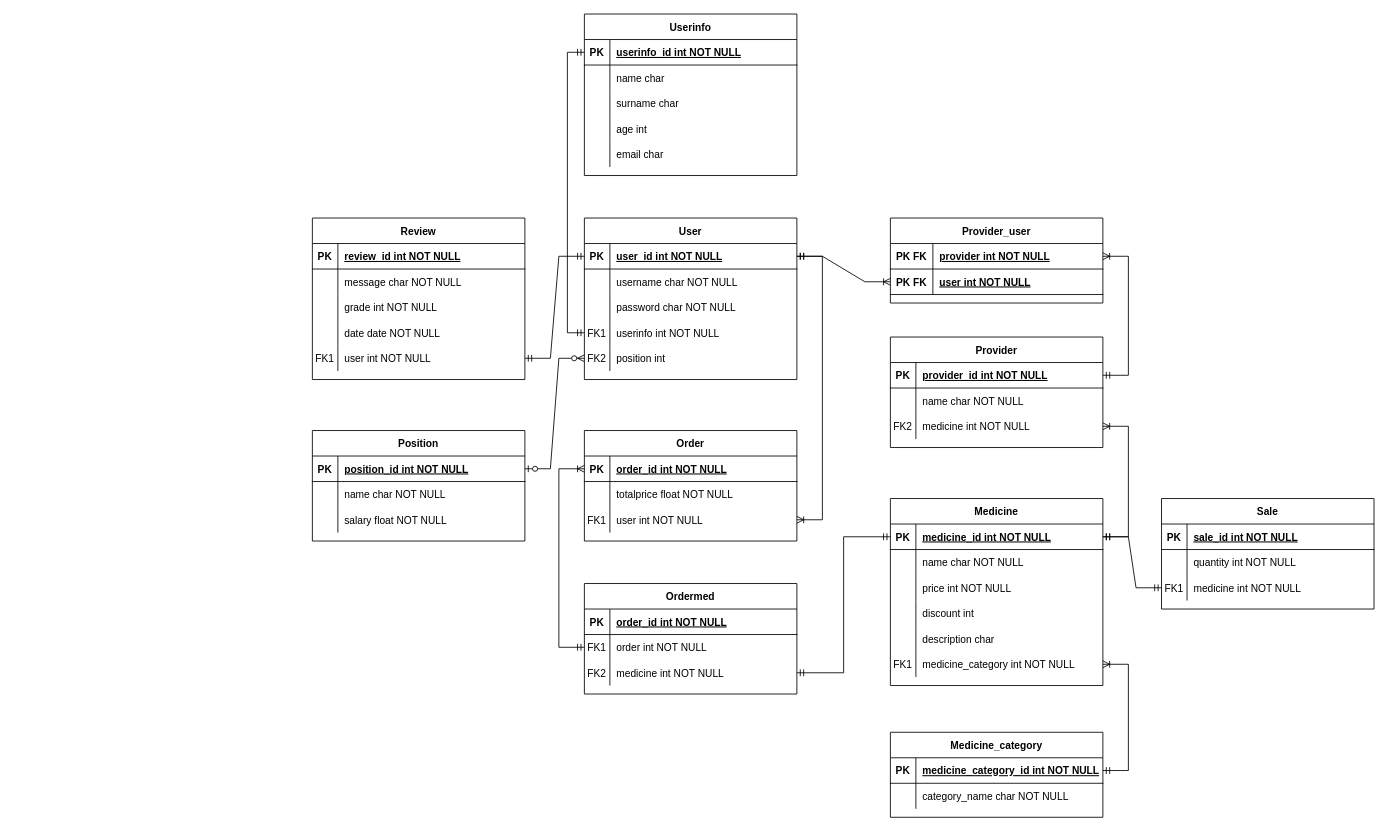
KMahveenya/- keeps this draw.io diagram as МДиСУБД_ЛР1.drawio. Above is the earlier version. Source tidied: cells renumbered, new cells numbered last; positions are measured from the earlier drawing's top-left corner, leaving out a move shared by most shapes. Both pictures are drawn from the tidied source at 85%, with x=0, y=0 at pixel (312, 14).
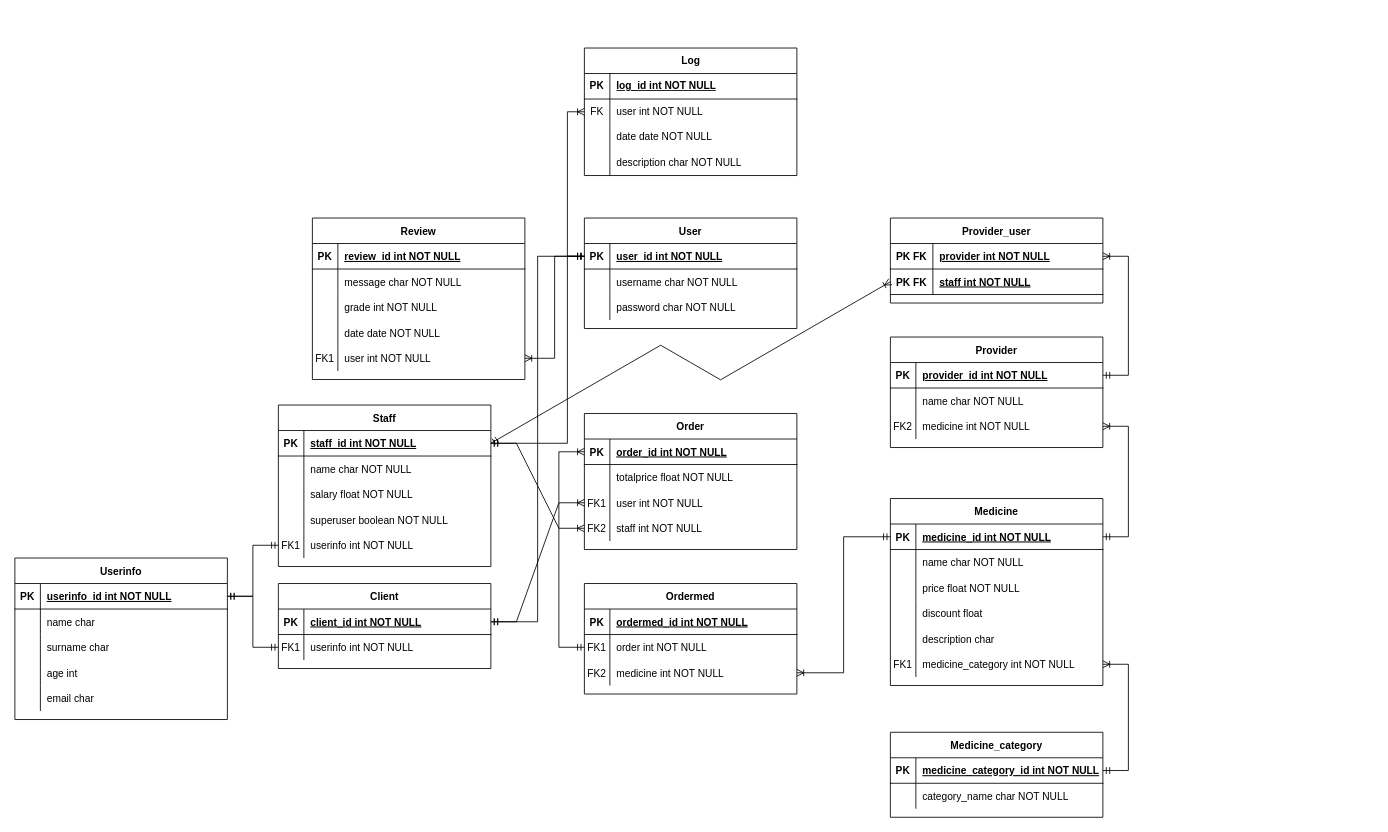
The same diagram, later.

Commit message (it also covers changes not shown here):
Functional requierments and updating diagram

The change refers to these unchanged cells:
```xml
<mxCell id="3" style="shape=partialRectangle;fillColor=none;points=[[0,0.5],[1,0.5]];portConstraint=eastwest;top=0;left=0;right=0;bottom=1;" parent="2" vertex="1">
  <mxGeometry y="30" width="250" height="30" as="geometry" />
</mxCell>
<mxCell id="19" style="shape=partialRectangle;fillColor=none;points=[[0,0.5],[1,0.5]];portConstraint=eastwest;top=0;left=0;right=0;bottom=1;" parent="18" vertex="1">
  <mxGeometry y="30" width="250" height="30" as="geometry" />
</mxCell>
<mxCell id="42" style="shape=partialRectangle;fillColor=none;points=[[0,0.5],[1,0.5]];portConstraint=eastwest;top=0;left=0;right=0;bottom=1;" parent="41" vertex="1">
  <mxGeometry y="30" width="250" height="30" as="geometry" />
</mxCell>
<mxCell id="48" style="shape=partialRectangle;fillColor=none;top=0;left=0;right=0;bottom=0;" parent="41" vertex="1">
  <mxGeometry y="90" width="250" height="30" as="geometry" />
</mxCell>
<mxCell id="51" style="shape=partialRectangle;fillColor=none;top=0;left=0;right=0;bottom=0;" parent="41" vertex="1">
  <mxGeometry y="120" width="250" height="30" as="geometry" />
</mxCell>
<mxCell id="73" style="shape=partialRectangle;fillColor=none;points=[[0,0.5],[1,0.5]];portConstraint=eastwest;top=0;left=0;right=0;bottom=0;" parent="60" vertex="1">
  <mxGeometry y="150" width="250" height="30" as="geometry" />
</mxCell>
<mxCell id="90" style="shape=partialRectangle;fillColor=none;points=[[0,0.5],[1,0.5]];portConstraint=eastwest;top=0;left=0;right=0;bottom=1;" parent="86" vertex="1">
  <mxGeometry y="60" width="250" height="30" as="geometry" />
</mxCell>
<mxCell id="104" style="shape=partialRectangle;fillColor=none;points=[[0,0.5],[1,0.5]];portConstraint=eastwest;top=0;left=0;right=0;bottom=1;" parent="103" vertex="1">
  <mxGeometry y="30" width="250" height="30" as="geometry" />
</mxCell>
<mxCell id="120" style="shape=partialRectangle;fillColor=none;points=[[0,0.5],[1,0.5]];portConstraint=eastwest;top=0;left=0;right=0;bottom=0;" parent="113" vertex="1">
  <mxGeometry y="90" width="250" height="30" as="geometry" />
</mxCell>
<mxCell id="124" style="shape=partialRectangle;fillColor=none;top=0;left=0;right=0;bottom=1;" parent="123" vertex="1">
  <mxGeometry y="30" width="250" height="30" as="geometry" />
</mxCell>
<mxCell id="130" style="shape=partialRectangle;fillColor=none;points=[[0,0.5],[1,0.5]];portConstraint=eastwest;top=0;left=0;right=0;bottom=0;" parent="123" vertex="1">
  <mxGeometry y="90" width="250" height="30" as="geometry" />
</mxCell>
```

The edit, as a diff of the source:
```diff
@@
     <mxCell id="2" value="User" style="shape=table;startSize=30;childLayout=tableLayout;rowLines=0;fontStyle=1;align=center;" parent="1" vertex="1">
-      <mxGeometry x="320" y="240" width="250" height="190" as="geometry" />
+      <mxGeometry x="320" y="240" width="250" height="130" as="geometry" />
     </mxCell>
@@
-    <mxCell id="12" style="shape=partialRectangle;fillColor=none;points=[[0,0.5],[1,0.5]];portConstraint=eastwest;top=0;left=0;right=0;bottom=0;" parent="2" vertex="1">
-      <mxGeometry y="120" width="250" height="30" as="geometry" />
-    </mxCell>
-    <mxCell id="13" value="FK1" style="shape=partialRectangle;overflow=hidden;fillColor=none;top=0;left=0;bottom=0;right=0;" parent="12" vertex="1">
-      <mxGeometry width="30" height="30" as="geometry" />
-    </mxCell>
-    <mxCell id="14" value="userinfo int NOT NULL" style="shape=partialRectangle;overflow=hidden;fillColor=none;top=0;left=0;bottom=0;right=0;align=left;spacingLeft=6;" parent="12" vertex="1">
-      <mxGeometry x="30" width="220" height="30" as="geometry" />
-    </mxCell>
-    <mxCell id="15" style="shape=partialRectangle;fillColor=none;points=[[0,0.5],[1,0.5]];portConstraint=eastwest;top=0;left=0;right=0;bottom=0;" parent="2" vertex="1">
-      <mxGeometry y="150" width="250" height="30" as="geometry" />
-    </mxCell>
-    <mxCell id="16" value="FK2" style="shape=partialRectangle;overflow=hidden;fillColor=none;top=0;left=0;bottom=0;right=0;" parent="15" vertex="1">
-      <mxGeometry width="30" height="30" as="geometry" />
-    </mxCell>
-    <mxCell id="17" value="position int" style="shape=partialRectangle;overflow=hidden;fillColor=none;top=0;left=0;bottom=0;right=0;align=left;spacingLeft=6;" parent="15" vertex="1">
-      <mxGeometry x="30" width="220" height="30" as="geometry" />
-    </mxCell>
     <mxCell id="18" value="Userinfo" style="shape=table;startSize=30;childLayout=tableLayout;rowLines=0;fontStyle=1;align=center;" parent="1" vertex="1">
-      <mxGeometry x="320" width="250" height="190" as="geometry" />
+      <mxGeometry x="-350" y="640" width="250" height="190" as="geometry" />
     </mxCell>
@@
-    <mxCell id="50" value="price int NOT NULL" style="shape=partialRectangle;overflow=hidden;fillColor=none;top=0;left=0;bottom=0;right=0;align=left;spacingLeft=6;" parent="48" vertex="1">
+    <mxCell id="50" value="price float NOT NULL" style="shape=partialRectangle;overflow=hidden;fillColor=none;top=0;left=0;bottom=0;right=0;align=left;spacingLeft=6;" parent="48" vertex="1">
       <mxGeometry x="30" width="220" height="30" as="geometry" />
     </mxCell>
@@
-    <mxCell id="53" value="discount int" style="shape=partialRectangle;overflow=hidden;fillColor=none;top=0;left=0;bottom=0;right=0;align=left;spacingLeft=6;" parent="51" vertex="1">
+    <mxCell id="53" value="discount float" style="shape=partialRectangle;overflow=hidden;fillColor=none;top=0;left=0;bottom=0;right=0;align=left;spacingLeft=6;" parent="51" vertex="1">
       <mxGeometry x="30" width="220" height="30" as="geometry" />
     </mxCell>
@@
-    <mxCell id="92" value="user int NOT NULL " style="shape=partialRectangle;overflow=hidden;fillColor=none;top=0;left=0;bottom=0;right=0;align=left;spacingLeft=6;fontStyle=5;" parent="90" vertex="1">
+    <mxCell id="92" value="staff int NOT NULL " style="shape=partialRectangle;overflow=hidden;fillColor=none;top=0;left=0;bottom=0;right=0;align=left;spacingLeft=6;fontStyle=5;" parent="90" vertex="1">
       <mxGeometry x="50" width="200" height="30" as="geometry" />
     </mxCell>
-    <mxCell id="93" value="Sale" style="shape=table;startSize=30;childLayout=tableLayout;rowLines=0;fontStyle=1;align=center;" parent="1" vertex="1">
-      <mxGeometry x="999" y="570" width="250" height="130" as="geometry" />
-    </mxCell>
-    <mxCell id="94" style="shape=partialRectangle;fillColor=none;points=[[0,0.5],[1,0.5]];portConstraint=eastwest;top=0;left=0;right=0;bottom=1;" parent="93" vertex="1">
-      <mxGeometry y="30" width="250" height="30" as="geometry" />
-    </mxCell>
-    <mxCell id="95" value="PK" style="shape=partialRectangle;overflow=hidden;fillColor=none;top=0;left=0;bottom=0;right=0;fontStyle=1;" parent="94" vertex="1">
-      <mxGeometry width="30" height="30" as="geometry" />
-    </mxCell>
-    <mxCell id="96" value="sale_id int NOT NULL " style="shape=partialRectangle;overflow=hidden;fillColor=none;top=0;left=0;bottom=0;right=0;align=left;spacingLeft=6;fontStyle=5;" parent="94" vertex="1">
-      <mxGeometry x="30" width="220" height="30" as="geometry" />
-    </mxCell>
-    <mxCell id="97" style="shape=partialRectangle;fillColor=none;points=[[0,0.5],[1,0.5]];portConstraint=eastwest;top=0;left=0;right=0;bottom=0;" parent="93" vertex="1">
-      <mxGeometry y="60" width="250" height="30" as="geometry" />
-    </mxCell>
-    <mxCell id="98" style="shape=partialRectangle;overflow=hidden;fillColor=none;top=0;left=0;bottom=0;right=0;" parent="97" vertex="1">
-      <mxGeometry width="30" height="30" as="geometry" />
-    </mxCell>
-    <mxCell id="99" value="quantity int NOT NULL" style="shape=partialRectangle;overflow=hidden;fillColor=none;top=0;left=0;bottom=0;right=0;align=left;spacingLeft=6;" parent="97" vertex="1">
-      <mxGeometry x="30" width="220" height="30" as="geometry" />
-    </mxCell>
-    <mxCell id="100" style="shape=partialRectangle;fillColor=none;points=[[0,0.5],[1,0.5]];portConstraint=eastwest;top=0;left=0;right=0;bottom=0;" parent="93" vertex="1">
-      <mxGeometry y="90" width="250" height="30" as="geometry" />
-    </mxCell>
-    <mxCell id="101" value="FK1" style="shape=partialRectangle;overflow=hidden;fillColor=none;top=0;left=0;bottom=0;right=0;" parent="100" vertex="1">
-      <mxGeometry width="30" height="30" as="geometry" />
-    </mxCell>
-    <mxCell id="102" value="medicine int NOT NULL" style="shape=partialRectangle;overflow=hidden;fillColor=none;top=0;left=0;bottom=0;right=0;align=left;spacingLeft=6;" parent="100" vertex="1">
-      <mxGeometry x="30" width="220" height="30" as="geometry" />
-    </mxCell>
-    <mxCell id="103" value="Position" style="shape=table;startSize=30;childLayout=tableLayout;rowLines=0;fontStyle=1;align=center;" parent="1" vertex="1">
-      <mxGeometry y="490" width="250" height="130" as="geometry" />
+    <mxCell id="103" value="Staff" style="shape=table;startSize=30;childLayout=tableLayout;rowLines=0;fontStyle=1;align=center;" parent="1" vertex="1">
+      <mxGeometry x="-40" y="460" width="250" height="190" as="geometry" />
     </mxCell>
@@
-    <mxCell id="106" value="position_id int NOT NULL " style="shape=partialRectangle;overflow=hidden;fillColor=none;top=0;left=0;bottom=0;right=0;align=left;spacingLeft=6;fontStyle=5;" parent="104" vertex="1">
+    <mxCell id="106" value="staff_id int NOT NULL " style="shape=partialRectangle;overflow=hidden;fillColor=none;top=0;left=0;bottom=0;right=0;align=left;spacingLeft=6;fontStyle=5;" parent="104" vertex="1">
       <mxGeometry x="30" width="220" height="30" as="geometry" />
     </mxCell>
@@
+    <mxCell id="144" style="shape=partialRectangle;fillColor=none;top=0;left=0;right=0;bottom=0;" parent="103" vertex="1">
+      <mxGeometry y="120" width="250" height="30" as="geometry" />
+    </mxCell>
+    <mxCell id="98" style="shape=partialRectangle;overflow=hidden;fillColor=none;top=0;left=0;bottom=0;right=0;" parent="144" vertex="1">
+      <mxGeometry width="30" height="30" as="geometry" />
+    </mxCell>
+    <mxCell id="145" value="superuser boolean NOT NULL" style="shape=partialRectangle;overflow=hidden;fillColor=none;top=0;left=0;bottom=0;right=0;align=left;spacingLeft=6;" parent="144" vertex="1">
+      <mxGeometry x="30" width="220" height="30" as="geometry" />
+    </mxCell>
+    <mxCell id="15" style="shape=partialRectangle;fillColor=none;points=[[0,0.5],[1,0.5]];portConstraint=eastwest;top=0;left=0;right=0;bottom=0;" parent="103" vertex="1">
+      <mxGeometry y="150" width="250" height="30" as="geometry" />
+    </mxCell>
+    <mxCell id="146" value="FK1" style="shape=partialRectangle;overflow=hidden;fillColor=none;top=0;left=0;bottom=0;right=0;" parent="15" vertex="1">
+      <mxGeometry width="30" height="30" as="geometry" />
+    </mxCell>
+    <mxCell id="147" value="userinfo int NOT NULL" style="shape=partialRectangle;overflow=hidden;fillColor=none;top=0;left=0;bottom=0;right=0;align=left;spacingLeft=6;" parent="15" vertex="1">
+      <mxGeometry x="30" width="220" height="30" as="geometry" />
+    </mxCell>
     <mxCell id="113" value="Order" style="shape=table;startSize=30;childLayout=tableLayout;rowLines=0;fontStyle=1;align=center;" parent="1" vertex="1">
-      <mxGeometry x="320" y="490" width="250" height="130" as="geometry" />
+      <mxGeometry x="320" y="470" width="250" height="160" as="geometry" />
     </mxCell>
@@
+    <mxCell id="148" style="shape=partialRectangle;fillColor=none;points=[[0,0.5],[1,0.5]];portConstraint=eastwest;top=0;left=0;right=0;bottom=0;" parent="113" vertex="1">
+      <mxGeometry y="120" width="250" height="30" as="geometry" />
+    </mxCell>
+    <mxCell id="16" value="FK2" style="shape=partialRectangle;overflow=hidden;fillColor=none;top=0;left=0;bottom=0;right=0;" parent="148" vertex="1">
+      <mxGeometry width="30" height="30" as="geometry" />
+    </mxCell>
+    <mxCell id="149" value="staff int NOT NULL" style="shape=partialRectangle;overflow=hidden;fillColor=none;top=0;left=0;bottom=0;right=0;align=left;spacingLeft=6;" parent="148" vertex="1">
+      <mxGeometry x="30" width="220" height="30" as="geometry" />
+    </mxCell>
@@
-    <mxCell id="126" value="order_id int NOT NULL " style="shape=partialRectangle;overflow=hidden;fillColor=none;top=0;left=0;bottom=0;right=0;align=left;spacingLeft=6;fontStyle=5;" parent="124" vertex="1">
+    <mxCell id="126" value="ordermed_id int NOT NULL " style="shape=partialRectangle;overflow=hidden;fillColor=none;top=0;left=0;bottom=0;right=0;align=left;spacingLeft=6;fontStyle=5;" parent="124" vertex="1">
       <mxGeometry x="30" width="220" height="30" as="geometry" />
     </mxCell>
@@
-    <mxCell id="133" style="edgeStyle=entityRelationEdgeStyle;fontSize=12;html=1;endArrow=ERzeroToMany;startArrow=ERzeroToOne;rounded=0;entryX=0;entryY=0.5;entryDx=0;entryDy=0;exitX=1;exitY=0.5;exitDx=0;exitDy=0;" parent="1" edge="1" source="104" target="15">
-      <mxGeometry relative="1" as="geometry" />
-    </mxCell>
-    <mxCell id="134" style="edgeStyle=entityRelationEdgeStyle;fontSize=12;html=1;endArrow=ERmandOne;startArrow=ERmandOne;rounded=0;exitX=1;exitY=0.5;exitDx=0;exitDy=0;entryX=0;entryY=0.5;entryDx=0;entryDy=0;" parent="1" edge="1" source="73" target="3">
-      <mxGeometry relative="1" as="geometry" />
-    </mxCell>
-    <mxCell id="135" style="edgeStyle=entityRelationEdgeStyle;fontSize=12;html=1;endArrow=ERoneToMany;startArrow=ERmandOne;rounded=0;exitX=1;exitY=0.5;exitDx=0;exitDy=0;entryX=0;entryY=0.5;entryDx=0;entryDy=0;" parent="1" edge="1" source="3" target="90">
+    <mxCell id="135" style="edgeStyle=isometricEdgeStyle;fontSize=12;html=1;endArrow=ERoneToMany;startArrow=ERmandOne;rounded=0;exitX=1;exitY=0.5;exitDx=0;exitDy=0;entryX=0;entryY=0.5;entryDx=0;entryDy=0;" parent="1" edge="1" source="104" target="90">
       <mxGeometry relative="1" as="geometry" />
     </mxCell>
@@
-    <mxCell id="139" style="edgeStyle=entityRelationEdgeStyle;fontSize=12;html=1;endArrow=ERmandOne;startArrow=ERmandOne;rounded=0;exitX=0;exitY=0.5;exitDx=0;exitDy=0;entryX=1;entryY=0.5;entryDx=0;entryDy=0;" parent="1" edge="1" source="100" target="42">
-      <mxGeometry relative="1" as="geometry">
-        <Array as="points">
-          <mxPoint x="940" y="630" />
-        </Array>
-      </mxGeometry>
-    </mxCell>
-    <mxCell id="140" style="edgeStyle=entityRelationEdgeStyle;fontSize=12;html=1;endArrow=ERoneToMany;startArrow=ERmandOne;rounded=0;exitX=1;exitY=0.5;exitDx=0;exitDy=0;entryX=1;entryY=0.5;entryDx=0;entryDy=0;" parent="1" edge="1" source="3" target="120">
+    <mxCell id="140" style="edgeStyle=entityRelationEdgeStyle;fontSize=12;html=1;endArrow=ERoneToMany;startArrow=ERmandOne;rounded=0;exitX=1;exitY=0.5;exitDx=0;exitDy=0;entryX=0;entryY=0.5;entryDx=0;entryDy=0;" parent="1" edge="1" source="94" target="120">
       <mxGeometry relative="1" as="geometry" />
     </mxCell>
-    <mxCell id="141" style="edgeStyle=elbowEdgeStyle;fontSize=12;html=1;endArrow=ERmandOne;startArrow=ERmandOne;rounded=0;exitX=0;exitY=0.5;exitDx=0;exitDy=0;entryX=0;entryY=0.5;entryDx=0;entryDy=0;" parent="1" edge="1" source="12" target="19">
+    <mxCell id="141" style="edgeStyle=elbowEdgeStyle;fontSize=12;html=1;endArrow=ERmandOne;startArrow=ERmandOne;rounded=0;exitX=0;exitY=0.5;exitDx=0;exitDy=0;entryX=1;entryY=0.5;entryDx=0;entryDy=0;" parent="1" edge="1" source="15" target="19">
       <mxGeometry relative="1" as="geometry">
         <Array as="points">
-          <mxPoint x="300" y="210" />
+          <mxPoint x="-70" y="680" />
         </Array>
       </mxGeometry>
     </mxCell>
@@
-    <mxCell id="143" style="edgeStyle=elbowEdgeStyle;fontSize=12;html=1;endArrow=ERmandOne;startArrow=ERmandOne;rounded=0;exitX=1;exitY=0.5;exitDx=0;exitDy=0;entryX=0;entryY=0.5;entryDx=0;entryDy=0;" parent="1" edge="1" source="130" target="42">
-      <mxGeometry relative="1" as="geometry" />
-    </mxCell>
+    <mxCell id="150" style="edgeStyle=entityRelationEdgeStyle;fontSize=12;html=1;endArrow=ERoneToMany;startArrow=ERmandOne;rounded=0;entryX=0;entryY=0.5;entryDx=0;entryDy=0;exitX=1;exitY=0.5;exitDx=0;exitDy=0;" parent="1" edge="1" source="104" target="148">
+      <mxGeometry relative="1" as="geometry" />
+    </mxCell>
+    <mxCell id="151" value="Client" style="shape=table;startSize=30;childLayout=tableLayout;rowLines=0;fontStyle=1;align=center;" parent="1" vertex="1">
+      <mxGeometry x="-40" y="670" width="250" height="100" as="geometry" />
+    </mxCell>
+    <mxCell id="94" style="shape=partialRectangle;fillColor=none;points=[[0,0.5],[1,0.5]];portConstraint=eastwest;top=0;left=0;right=0;bottom=1;" parent="151" vertex="1">
+      <mxGeometry y="30" width="250" height="30" as="geometry" />
+    </mxCell>
+    <mxCell id="95" value="PK" style="shape=partialRectangle;overflow=hidden;fillColor=none;top=0;left=0;bottom=0;right=0;fontStyle=1;" parent="94" vertex="1">
+      <mxGeometry width="30" height="30" as="geometry" />
+    </mxCell>
+    <mxCell id="152" value="client_id int NOT NULL " style="shape=partialRectangle;overflow=hidden;fillColor=none;top=0;left=0;bottom=0;right=0;align=left;spacingLeft=6;fontStyle=5;" parent="94" vertex="1">
+      <mxGeometry x="30" width="220" height="30" as="geometry" />
+    </mxCell>
+    <mxCell id="97" style="shape=partialRectangle;fillColor=none;points=[[0,0.5],[1,0.5]];portConstraint=eastwest;top=0;left=0;right=0;bottom=0;" parent="151" vertex="1">
+      <mxGeometry y="60" width="250" height="30" as="geometry" />
+    </mxCell>
+    <mxCell id="153" value="FK1" style="shape=partialRectangle;overflow=hidden;fillColor=none;top=0;left=0;bottom=0;right=0;" parent="97" vertex="1">
+      <mxGeometry width="30" height="30" as="geometry" />
+    </mxCell>
+    <mxCell id="154" value="userinfo int NOT NULL" style="shape=partialRectangle;overflow=hidden;fillColor=none;top=0;left=0;bottom=0;right=0;align=left;spacingLeft=6;" parent="97" vertex="1">
+      <mxGeometry x="30" width="220" height="30" as="geometry" />
+    </mxCell>
+    <mxCell id="155" style="edgeStyle=elbowEdgeStyle;fontSize=12;html=1;endArrow=ERmandOne;startArrow=ERmandOne;rounded=0;exitX=0;exitY=0.5;exitDx=0;exitDy=0;entryX=1;entryY=0.5;entryDx=0;entryDy=0;" parent="1" edge="1" source="97" target="19">
+      <mxGeometry relative="1" as="geometry" />
+    </mxCell>
+    <mxCell id="156" style="edgeStyle=elbowEdgeStyle;fontSize=12;html=1;endArrow=ERmandOne;startArrow=ERmandOne;rounded=0;entryX=1;entryY=0.5;entryDx=0;entryDy=0;exitX=0;exitY=0.5;exitDx=0;exitDy=0;" parent="1" edge="1" source="3" target="104">
+      <mxGeometry relative="1" as="geometry">
+        <Array as="points">
+          <mxPoint x="300" y="430" />
+        </Array>
+      </mxGeometry>
+    </mxCell>
+    <mxCell id="157" style="edgeStyle=elbowEdgeStyle;fontSize=12;html=1;endArrow=ERmandOne;startArrow=ERmandOne;rounded=0;exitX=0;exitY=0.5;exitDx=0;exitDy=0;entryX=1;entryY=0.5;entryDx=0;entryDy=0;" parent="1" edge="1" source="3" target="94">
+      <mxGeometry relative="1" as="geometry" />
+    </mxCell>
+    <mxCell id="158" value="Log" style="shape=table;startSize=30;childLayout=tableLayout;rowLines=0;fontStyle=1;align=center;html=1;" parent="1" vertex="1">
+      <mxGeometry x="320" y="40" width="250" height="150" as="geometry" />
+    </mxCell>
+    <mxCell id="159" style="shape=tableRow;horizontal=0;startSize=0;swimlaneHead=0;swimlaneBody=0;fillColor=none;top=0;left=0;right=0;bottom=1;" parent="158" vertex="1">
+      <mxGeometry y="30" width="250" height="30" as="geometry" />
+    </mxCell>
+    <mxCell id="160" value="PK" style="shape=partialRectangle;fillColor=none;top=0;left=0;bottom=0;right=0;fontStyle=1;overflow=hidden;whiteSpace=wrap;html=1;" parent="159" vertex="1">
+      <mxGeometry width="30" height="30" as="geometry" />
+    </mxCell>
+    <mxCell id="161" value="log_id int NOT NULL" style="shape=partialRectangle;fillColor=none;top=0;left=0;bottom=0;right=0;align=left;spacingLeft=6;fontStyle=5;overflow=hidden;whiteSpace=wrap;html=1;" parent="159" vertex="1">
+      <mxGeometry x="30" width="220" height="30" as="geometry" />
+    </mxCell>
+    <mxCell id="162" style="shape=tableRow;horizontal=0;startSize=0;swimlaneHead=0;swimlaneBody=0;fillColor=none;points=[[0,0.5],[1,0.5]];portConstraint=eastwest;top=0;left=0;right=0;bottom=0;" parent="158" vertex="1">
+      <mxGeometry y="60" width="250" height="30" as="geometry" />
+    </mxCell>
+    <mxCell id="163" value="FK" style="shape=partialRectangle;fillColor=none;top=0;left=0;bottom=0;right=0;overflow=hidden;whiteSpace=wrap;html=1;" parent="162" vertex="1">
+      <mxGeometry width="30" height="30" as="geometry" />
+    </mxCell>
+    <mxCell id="164" value="user int NOT NULL" style="shape=partialRectangle;fillColor=none;top=0;left=0;bottom=0;right=0;align=left;spacingLeft=6;overflow=hidden;whiteSpace=wrap;html=1;" parent="162" vertex="1">
+      <mxGeometry x="30" width="220" height="30" as="geometry" />
+    </mxCell>
+    <mxCell id="165" style="shape=tableRow;horizontal=0;startSize=0;swimlaneHead=0;swimlaneBody=0;fillColor=none;top=0;left=0;right=0;bottom=0;" parent="158" vertex="1">
+      <mxGeometry y="90" width="250" height="30" as="geometry" />
+    </mxCell>
+    <mxCell id="166" style="shape=partialRectangle;fillColor=none;top=0;left=0;bottom=0;right=0;overflow=hidden;whiteSpace=wrap;html=1;" parent="165" vertex="1">
+      <mxGeometry width="30" height="30" as="geometry" />
+    </mxCell>
+    <mxCell id="167" value="date date&amp;nbsp;NOT NULL" style="shape=partialRectangle;fillColor=none;top=0;left=0;bottom=0;right=0;align=left;spacingLeft=6;overflow=hidden;whiteSpace=wrap;html=1;" parent="165" vertex="1">
+      <mxGeometry x="30" width="220" height="30" as="geometry" />
+    </mxCell>
+    <mxCell id="168" style="shape=tableRow;horizontal=0;startSize=0;swimlaneHead=0;swimlaneBody=0;fillColor=none;top=0;left=0;right=0;bottom=0;" parent="158" vertex="1">
+      <mxGeometry y="120" width="250" height="30" as="geometry" />
+    </mxCell>
+    <mxCell id="169" style="shape=partialRectangle;fillColor=none;top=0;left=0;bottom=0;right=0;overflow=hidden;whiteSpace=wrap;html=1;" parent="168" vertex="1">
+      <mxGeometry width="30" height="30" as="geometry" />
+    </mxCell>
+    <mxCell id="170" value="description char NOT NULL" style="shape=partialRectangle;fillColor=none;top=0;left=0;bottom=0;right=0;align=left;spacingLeft=6;overflow=hidden;whiteSpace=wrap;html=1;" parent="168" vertex="1">
+      <mxGeometry x="30" width="220" height="30" as="geometry" />
+    </mxCell>
+    <mxCell id="171" style="edgeStyle=elbowEdgeStyle;fontSize=12;html=1;endArrow=ERoneToMany;startArrow=ERmandOne;rounded=0;entryX=0;entryY=0.5;entryDx=0;entryDy=0;exitX=0;exitY=0.5;exitDx=0;exitDy=0;" parent="1" edge="1" source="3" target="162">
+      <mxGeometry relative="1" as="geometry">
+        <Array as="points">
+          <mxPoint x="300" y="220" />
+        </Array>
+      </mxGeometry>
+    </mxCell>
+    <mxCell id="172" style="edgeStyle=elbowEdgeStyle;fontSize=12;html=1;endArrow=ERoneToMany;startArrow=ERmandOne;rounded=0;entryX=1;entryY=0.5;entryDx=0;entryDy=0;exitX=0;exitY=0.5;exitDx=0;exitDy=0;" parent="1" edge="1" source="3" target="73">
+      <mxGeometry relative="1" as="geometry" />
+    </mxCell>
+    <mxCell id="173" style="edgeStyle=elbowEdgeStyle;fontSize=12;html=1;endArrow=ERoneToMany;startArrow=ERmandOne;rounded=0;entryX=1;entryY=0.5;entryDx=0;entryDy=0;exitX=0;exitY=0.5;exitDx=0;exitDy=0;" parent="1" edge="1" source="42" target="130">
+      <mxGeometry relative="1" as="geometry" />
+    </mxCell>
```
